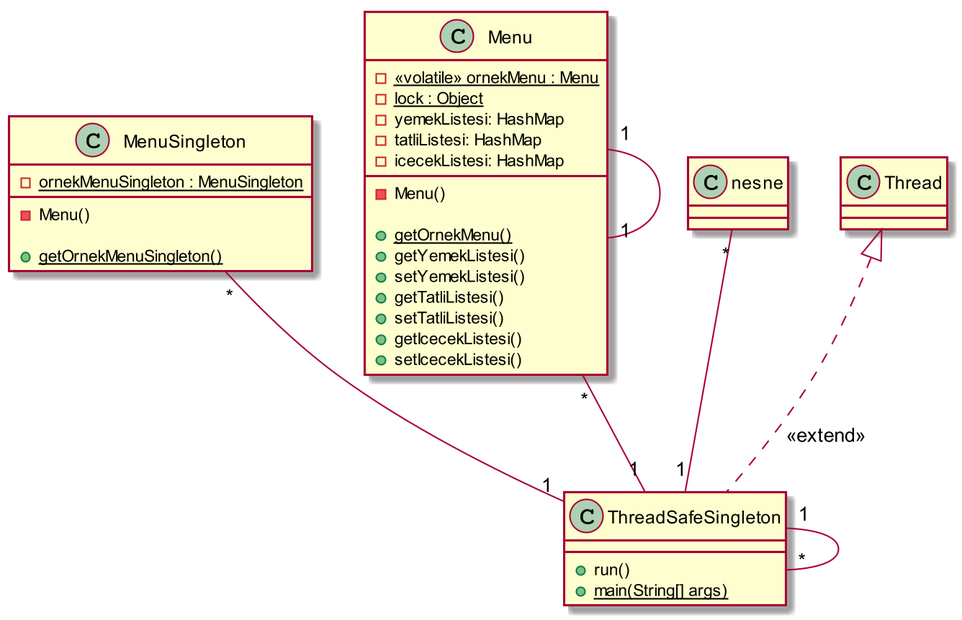
This is Singleton/singleton.png from bedirhancinar/YAZILIM-TASARIM-KALIPLARI, a PlantUML export, as it was before one commit. Source of this version:
```plantuml
@startuml
skinparam dpi 200



    class MenuSingleton {

        -{static} ornekMenuSingleton : MenuSingleton



        -Menu()

        +{static}getOrnekMenuSingleton()


    }

    class Menu {

        -{static}<<volatile>> ornekMenu : Menu
        -{static} lock : Object
        -yemekListesi: HashMap
        -tatliListesi: HashMap
        -icecekListesi: HashMap

        -Menu()

        +{static}getOrnekMenu()
        +getYemekListesi()
        +setYemekListesi()
        +getTatliListesi()
        +setTatliListesi()
        +getIcecekListesi()
        +setIcecekListesi()

    }

   Menu"1" -- "1"Menu
   Menu"*" -- "1"ThreadSafeSingleton
   MenuSingleton"*" -- "1"ThreadSafeSingleton
   nesne "*" -- "1"ThreadSafeSingleton
   ThreadSafeSingleton"1" -- "*"ThreadSafeSingleton




   class ThreadSafeSingleton{
        +run()
        +{static}main(String[] args)


   }

Thread <|.. ThreadSafeSingleton : <<extend>>


@enduml
```
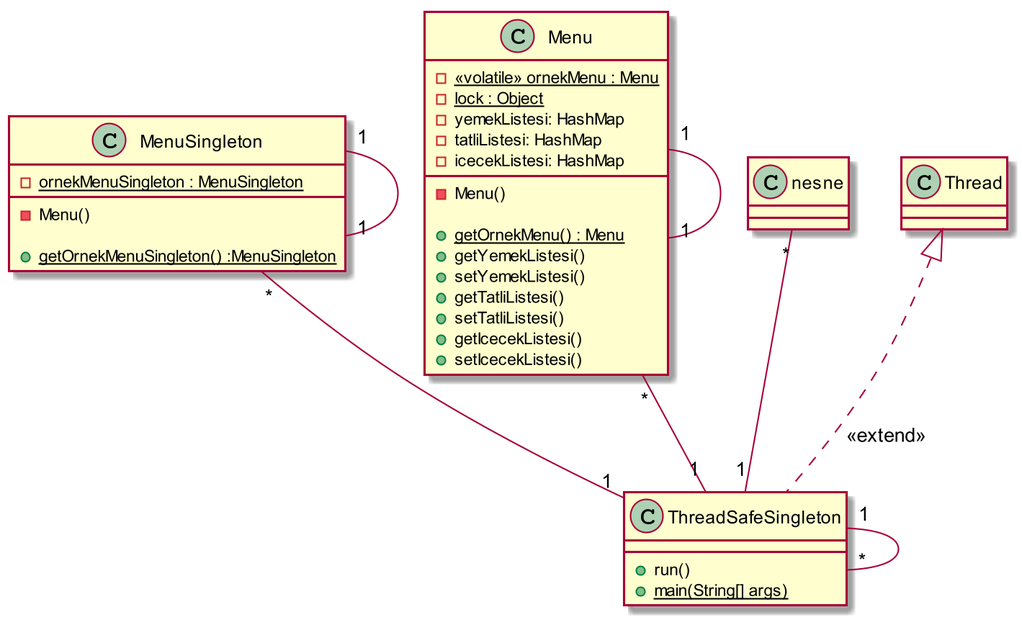
The same file after the commit.

The edit, as a diff of the source:
```diff
@@ -1,19 +1,13 @@
 @startuml
 skinparam dpi 200
 
-
-
     class MenuSingleton {
-
         -{static} ornekMenuSingleton : MenuSingleton
-
 
 
         -Menu()
 
-        +{static}getOrnekMenuSingleton()
-
-
+        +{static}getOrnekMenuSingleton() :MenuSingleton
     }
 
     class Menu {
@@ -26,7 +20,7 @@
 
         -Menu()
 
-        +{static}getOrnekMenu()
+        +{static}getOrnekMenu() : Menu
         +getYemekListesi()
         +setYemekListesi()
         +getTatliListesi()
@@ -41,7 +35,7 @@
    MenuSingleton"*" -- "1"ThreadSafeSingleton
    nesne "*" -- "1"ThreadSafeSingleton
    ThreadSafeSingleton"1" -- "*"ThreadSafeSingleton
-
+   MenuSingleton"1" -- "1" MenuSingleton
 
 
 
```
